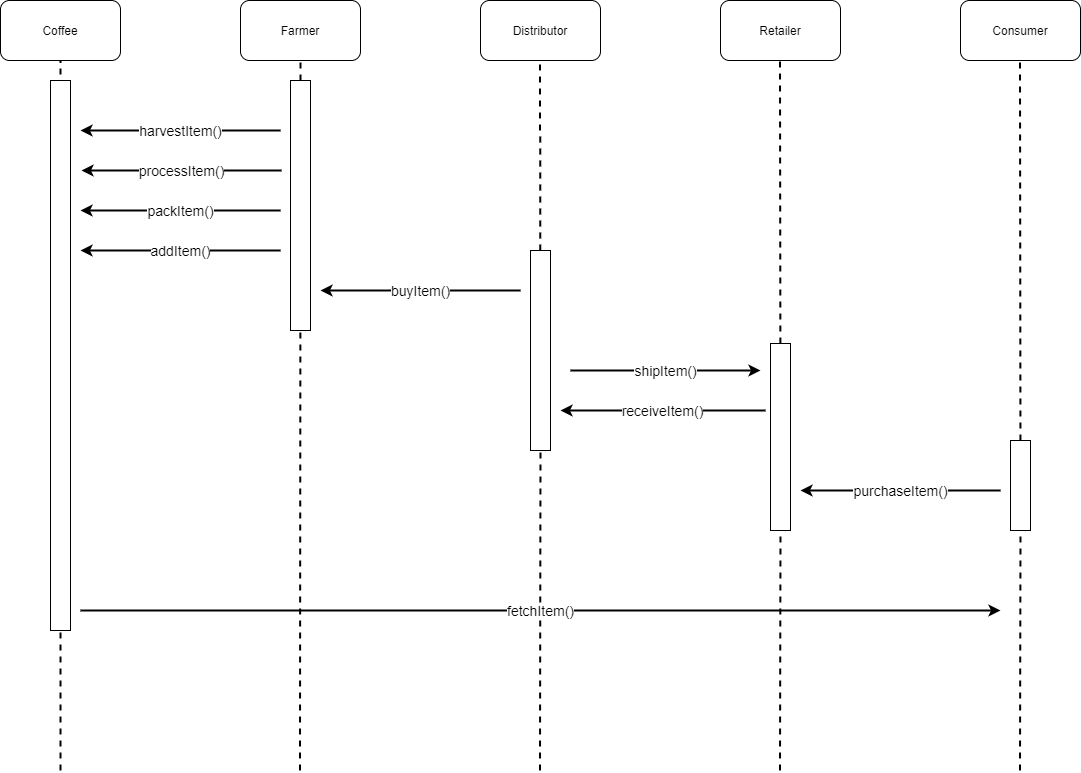
daviparanagua/udacity_blockchain_p3 keeps this draw.io diagram as uml/sequence.png. Above is the earlier version. Source tidied: cells renumbered, new cells last; positions are measured from the earlier drawing's top-left corner, leaving out a move shared by most shapes.
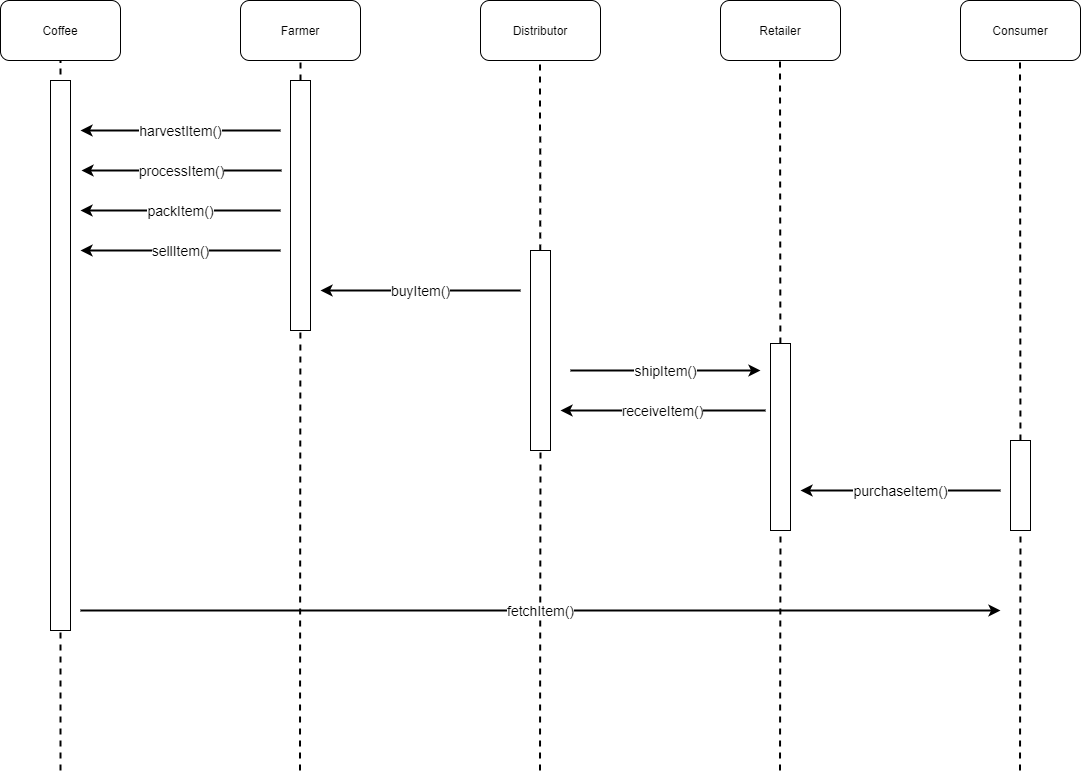
Above is the later version.

What changed in the source:
```diff
@@ -77,7 +77,7 @@
         </Array>
       </mxGeometry>
     </mxCell>
-    <mxCell id="18" value="addItem()" style="endArrow=classic;html=1;strokeWidth=2;fontSize=14;spacingLeft=0;spacingRight=0;spacing=4;spacingTop=0;" parent="1" edge="1">
+    <mxCell id="18" value="sellItem()" style="endArrow=classic;html=1;strokeWidth=2;fontSize=14;spacingLeft=0;spacingRight=0;spacing=4;spacingTop=0;" parent="1" edge="1">
       <mxGeometry relative="1" as="geometry">
         <mxPoint x="280" y="250" as="sourcePoint" />
         <mxPoint x="80" y="250" as="targetPoint" />
```
